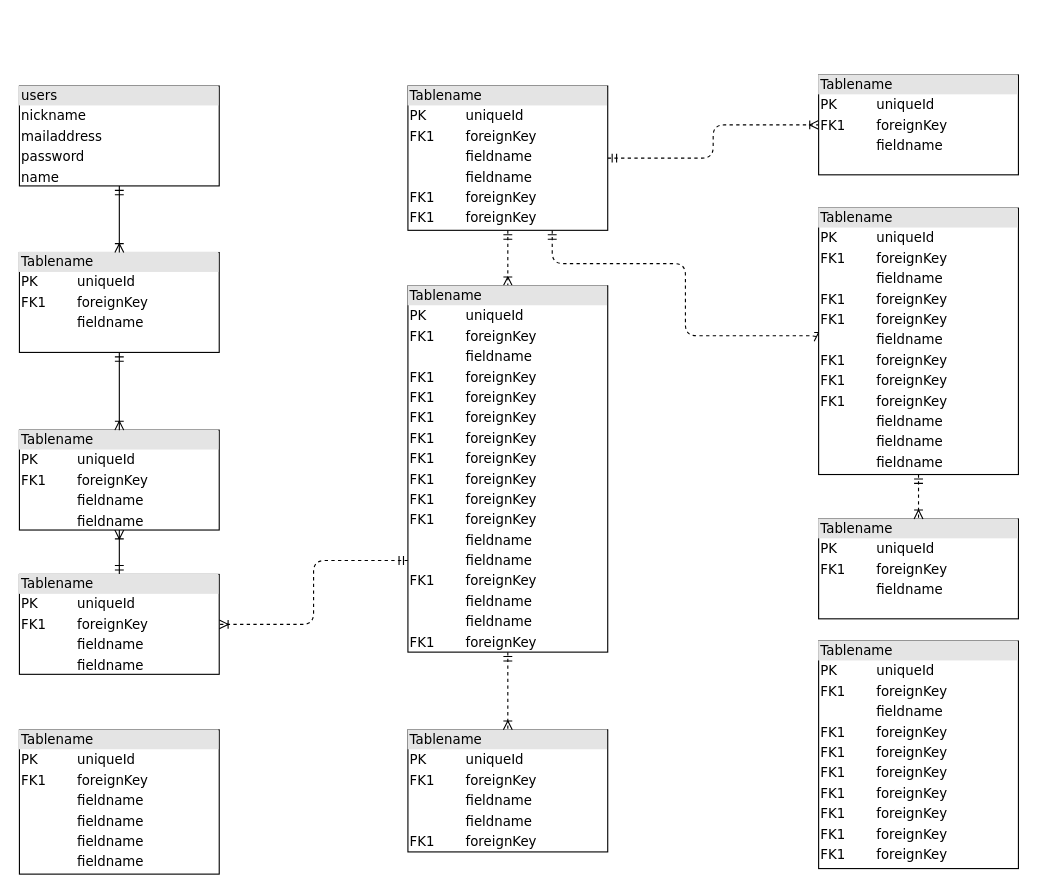
Above: Untitled Diagram.drawio in eri2525/furima-29134 (draw.io), before the change. Source tidied: cells renumbered, new cells numbered last; positions are measured from the earlier drawing's top-left corner, leaving out a move shared by most shapes. Both pictures are drawn from the tidied source at 111%, with x=0, y=0 at pixel (19, 74).
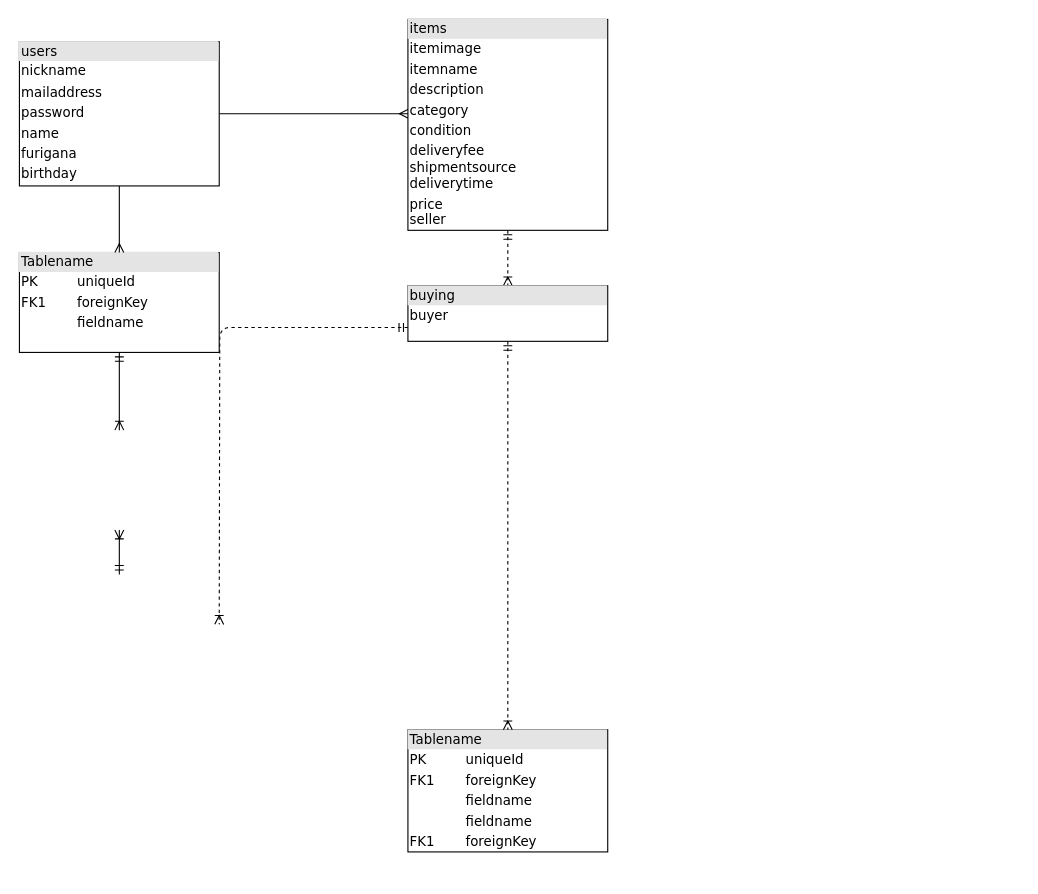
The same diagram, later.

Unchanged cells that the change refers to:
```xml
<mxCell id="12" value="&lt;div style=&quot;box-sizing:border-box;width:100%;background:#e4e4e4;padding:2px;&quot;&gt;Tablename&lt;/div&gt;&lt;table style=&quot;width:100%;font-size:1em;&quot; cellpadding=&quot;2&quot; cellspacing=&quot;0&quot;&gt;&lt;tr&gt;&lt;td&gt;PK&lt;/td&gt;&lt;td&gt;uniqueId&lt;/td&gt;&lt;/tr&gt;&lt;tr&gt;&lt;td&gt;FK1&lt;/td&gt;&lt;td&gt;foreignKey&lt;/td&gt;&lt;/tr&gt;&lt;tr&gt;&lt;td&gt;&lt;/td&gt;&lt;td&gt;fieldname&lt;/td&gt;&lt;/tr&gt;&lt;/table&gt;" style="verticalAlign=top;align=left;overflow=fill;html=1;rounded=0;shadow=0;comic=0;labelBackgroundColor=none;strokeWidth=1;fontFamily=Verdana;fontSize=12;" parent="1" vertex="1">
  <mxGeometry y="160" width="180" height="90" as="geometry" />
</mxCell>
```

Change to the diagram source:
```diff
@@
+    <mxCell id="23" style="edgeStyle=orthogonalEdgeStyle;rounded=0;jettySize=auto;html=1;exitX=1;exitY=0.5;exitDx=0;exitDy=0;entryX=0.002;entryY=0.447;entryDx=0;entryDy=0;entryPerimeter=0;endArrow=ERmany;endFill=0;" parent="1" edge="1" source="2" target="6">
+      <mxGeometry relative="1" as="geometry" />
+    </mxCell>
-    <mxCell id="2" value="&lt;div style=&quot;box-sizing: border-box ; width: 100% ; background: #e4e4e4 ; padding: 2px&quot;&gt;users&lt;/div&gt;&lt;table style=&quot;width: 100% ; font-size: 1em&quot; cellpadding=&quot;2&quot; cellspacing=&quot;0&quot;&gt;&lt;tbody&gt;&lt;tr&gt;&lt;td&gt;nickname&lt;/td&gt;&lt;td&gt;&lt;/td&gt;&lt;/tr&gt;&lt;tr&gt;&lt;td&gt;mailaddress&lt;/td&gt;&lt;td&gt;&lt;/td&gt;&lt;/tr&gt;&lt;tr&gt;&lt;td&gt;password&lt;/td&gt;&lt;td&gt;&lt;/td&gt;&lt;/tr&gt;&lt;tr&gt;&lt;td&gt;name&lt;/td&gt;&lt;td&gt;&lt;br&gt;&lt;/td&gt;&lt;/tr&gt;&lt;tr&gt;&lt;td&gt;&lt;br&gt;&lt;/td&gt;&lt;td&gt;&lt;br&gt;&lt;/td&gt;&lt;/tr&gt;&lt;tr&gt;&lt;td&gt;&lt;br&gt;&lt;/td&gt;&lt;td&gt;&lt;br&gt;&lt;/td&gt;&lt;/tr&gt;&lt;tr&gt;&lt;td&gt;&lt;br&gt;&lt;/td&gt;&lt;td&gt;&lt;br&gt;&lt;/td&gt;&lt;/tr&gt;&lt;/tbody&gt;&lt;/table&gt;" style="verticalAlign=top;align=left;overflow=fill;html=1;rounded=0;shadow=0;comic=0;labelBackgroundColor=none;strokeWidth=1;fontFamily=Verdana;fontSize=12;" parent="1" vertex="1">
-      <mxGeometry y="10" width="180" height="90" as="geometry" />
+    <mxCell id="2" value="&lt;div style=&quot;box-sizing: border-box ; width: 100% ; background: #e4e4e4 ; padding: 2px&quot;&gt;users&lt;/div&gt;&lt;table style=&quot;width: 100% ; font-size: 1em&quot; cellpadding=&quot;2&quot; cellspacing=&quot;0&quot;&gt;&lt;tbody&gt;&lt;tr&gt;&lt;td&gt;nickname&lt;/td&gt;&lt;td&gt;&lt;/td&gt;&lt;/tr&gt;&lt;tr&gt;&lt;td&gt;mailaddress&lt;/td&gt;&lt;td&gt;&lt;/td&gt;&lt;/tr&gt;&lt;tr&gt;&lt;td&gt;password&lt;/td&gt;&lt;td&gt;&lt;/td&gt;&lt;/tr&gt;&lt;tr&gt;&lt;td&gt;name&lt;/td&gt;&lt;td&gt;&lt;br&gt;&lt;/td&gt;&lt;/tr&gt;&lt;tr&gt;&lt;td&gt;furigana&lt;/td&gt;&lt;td&gt;&lt;br&gt;&lt;/td&gt;&lt;/tr&gt;&lt;tr&gt;&lt;td&gt;birthday&lt;/td&gt;&lt;td&gt;&lt;br&gt;&lt;/td&gt;&lt;/tr&gt;&lt;/tbody&gt;&lt;/table&gt;" style="verticalAlign=top;align=left;overflow=fill;html=1;rounded=0;shadow=0;comic=0;labelBackgroundColor=none;strokeWidth=1;fontFamily=Verdana;fontSize=12;" parent="1" vertex="1">
+      <mxGeometry y="-30" width="180" height="130" as="geometry" />
     </mxCell>
@@
-    <mxCell id="4" style="edgeStyle=orthogonalEdgeStyle;html=1;dashed=1;labelBackgroundColor=none;startArrow=ERmandOne;endArrow=ERoneToMany;fontFamily=Verdana;fontSize=12;align=left;entryX=0;entryY=0.5;" parent="1" edge="1" source="6" target="19">
-      <mxGeometry relative="1" as="geometry">
-        <Array as="points">
-          <mxPoint x="480" y="170" />
-          <mxPoint x="600" y="170" />
-          <mxPoint x="600" y="235" />
-        </Array>
-      </mxGeometry>
-    </mxCell>
-    <mxCell id="5" style="edgeStyle=orthogonalEdgeStyle;html=1;dashed=1;labelBackgroundColor=none;startArrow=ERmandOne;endArrow=ERoneToMany;fontFamily=Verdana;fontSize=12;align=left;" parent="1" edge="1" source="6" target="20">
-      <mxGeometry relative="1" as="geometry" />
-    </mxCell>
-    <mxCell id="6" value="&lt;div style=&quot;box-sizing: border-box ; width: 100% ; background: #e4e4e4 ; padding: 2px&quot;&gt;Tablename&lt;/div&gt;&lt;table style=&quot;width: 100% ; font-size: 1em&quot; cellpadding=&quot;2&quot; cellspacing=&quot;0&quot;&gt;&lt;tbody&gt;&lt;tr&gt;&lt;td&gt;PK&lt;/td&gt;&lt;td&gt;uniqueId&lt;/td&gt;&lt;/tr&gt;&lt;tr&gt;&lt;td&gt;FK1&lt;/td&gt;&lt;td&gt;foreignKey&lt;/td&gt;&lt;/tr&gt;&lt;tr&gt;&lt;td&gt;&lt;/td&gt;&lt;td&gt;fieldname&lt;/td&gt;&lt;/tr&gt;&lt;tr&gt;&lt;td&gt;&lt;br&gt;&lt;/td&gt;&lt;td&gt;fieldname&lt;br&gt;&lt;/td&gt;&lt;/tr&gt;&lt;tr&gt;&lt;td&gt;FK1&lt;br&gt;&lt;/td&gt;&lt;td&gt;foreignKey&lt;br&gt;&lt;/td&gt;&lt;/tr&gt;&lt;tr&gt;&lt;td&gt;FK1&lt;br&gt;&lt;/td&gt;&lt;td&gt;foreignKey&lt;br&gt;&lt;/td&gt;&lt;/tr&gt;&lt;/tbody&gt;&lt;/table&gt;" style="verticalAlign=top;align=left;overflow=fill;html=1;rounded=0;shadow=0;comic=0;labelBackgroundColor=none;strokeWidth=1;fontFamily=Verdana;fontSize=12;" parent="1" vertex="1">
-      <mxGeometry x="350" y="10" width="180" height="130" as="geometry" />
+    <mxCell id="6" value="&lt;div style=&quot;box-sizing: border-box ; width: 100% ; background: #e4e4e4 ; padding: 2px&quot;&gt;items&lt;/div&gt;&lt;table style=&quot;width: 100% ; font-size: 1em&quot; cellpadding=&quot;2&quot; cellspacing=&quot;0&quot;&gt;&lt;tbody&gt;&lt;tr&gt;&lt;td&gt;itemimage&lt;/td&gt;&lt;td&gt;&lt;/td&gt;&lt;/tr&gt;&lt;tr&gt;&lt;td&gt;itemname&lt;/td&gt;&lt;td&gt;&lt;/td&gt;&lt;/tr&gt;&lt;tr&gt;&lt;td&gt;description&lt;/td&gt;&lt;td&gt;&lt;/td&gt;&lt;/tr&gt;&lt;tr&gt;&lt;td&gt;category&lt;/td&gt;&lt;td&gt;&lt;br&gt;&lt;/td&gt;&lt;/tr&gt;&lt;tr&gt;&lt;td&gt;condition&lt;/td&gt;&lt;td&gt;&lt;br&gt;&lt;/td&gt;&lt;/tr&gt;&lt;tr&gt;&lt;td&gt;deliveryfee&lt;br&gt;shipmentsource&lt;br&gt;deliverytime&lt;/td&gt;&lt;td&gt;&lt;br&gt;&lt;/td&gt;&lt;/tr&gt;&lt;tr&gt;&lt;td&gt;price&lt;br&gt;seller&lt;/td&gt;&lt;td&gt;&lt;br&gt;&lt;/td&gt;&lt;/tr&gt;&lt;/tbody&gt;&lt;/table&gt;" style="verticalAlign=top;align=left;overflow=fill;html=1;rounded=0;shadow=0;comic=0;labelBackgroundColor=none;strokeWidth=1;fontFamily=Verdana;fontSize=12;" parent="1" vertex="1">
+      <mxGeometry x="350" y="-50" width="180" height="190" as="geometry" />
     </mxCell>
-    <mxCell id="7" style="edgeStyle=orthogonalEdgeStyle;html=1;labelBackgroundColor=none;startArrow=ERmandOne;endArrow=ERoneToMany;fontFamily=Verdana;fontSize=12;align=left;" parent="1" edge="1" source="9" target="10">
-      <mxGeometry relative="1" as="geometry" />
+    <mxCell id="7" style="edgeStyle=orthogonalEdgeStyle;html=1;labelBackgroundColor=none;startArrow=ERmandOne;endArrow=ERoneToMany;fontFamily=Verdana;fontSize=12;align=left;" parent="1" edge="1">
+      <mxGeometry relative="1" as="geometry">
+        <mxPoint x="90" y="450" as="sourcePoint" />
+        <mxPoint x="90" y="410" as="targetPoint" />
+      </mxGeometry>
     </mxCell>
-    <mxCell id="8" style="edgeStyle=orthogonalEdgeStyle;html=1;exitX=0;exitY=0.75;entryX=1;entryY=0.5;dashed=1;labelBackgroundColor=none;startArrow=ERmandOne;endArrow=ERoneToMany;fontFamily=Verdana;fontSize=12;align=left;" parent="1" edge="1" source="16" target="9">
-      <mxGeometry relative="1" as="geometry" />
+    <mxCell id="8" style="edgeStyle=orthogonalEdgeStyle;html=1;exitX=0;exitY=0.75;entryX=1;entryY=0.5;dashed=1;labelBackgroundColor=none;startArrow=ERmandOne;endArrow=ERoneToMany;fontFamily=Verdana;fontSize=12;align=left;" parent="1" edge="1" source="16">
+      <mxGeometry relative="1" as="geometry">
+        <mxPoint x="180" y="495" as="targetPoint" />
+      </mxGeometry>
     </mxCell>
-    <mxCell id="9" value="&lt;div style=&quot;box-sizing: border-box ; width: 100% ; background: #e4e4e4 ; padding: 2px&quot;&gt;Tablename&lt;/div&gt;&lt;table style=&quot;width: 100% ; font-size: 1em&quot; cellpadding=&quot;2&quot; cellspacing=&quot;0&quot;&gt;&lt;tbody&gt;&lt;tr&gt;&lt;td&gt;PK&lt;/td&gt;&lt;td&gt;uniqueId&lt;/td&gt;&lt;/tr&gt;&lt;tr&gt;&lt;td&gt;FK1&lt;/td&gt;&lt;td&gt;foreignKey&lt;/td&gt;&lt;/tr&gt;&lt;tr&gt;&lt;td&gt;&lt;/td&gt;&lt;td&gt;fieldname&lt;/td&gt;&lt;/tr&gt;&lt;tr&gt;&lt;td&gt;&lt;br&gt;&lt;/td&gt;&lt;td&gt;fieldname&lt;br&gt;&lt;/td&gt;&lt;/tr&gt;&lt;/tbody&gt;&lt;/table&gt;" style="verticalAlign=top;align=left;overflow=fill;html=1;rounded=0;shadow=0;comic=0;labelBackgroundColor=none;strokeWidth=1;fontFamily=Verdana;fontSize=12;" parent="1" vertex="1">
-      <mxGeometry y="450" width="180" height="90" as="geometry" />
-    </mxCell>
-    <mxCell id="10" value="&lt;div style=&quot;box-sizing: border-box ; width: 100% ; background: #e4e4e4 ; padding: 2px&quot;&gt;Tablename&lt;/div&gt;&lt;table style=&quot;width: 100% ; font-size: 1em&quot; cellpadding=&quot;2&quot; cellspacing=&quot;0&quot;&gt;&lt;tbody&gt;&lt;tr&gt;&lt;td&gt;PK&lt;/td&gt;&lt;td&gt;uniqueId&lt;/td&gt;&lt;/tr&gt;&lt;tr&gt;&lt;td&gt;FK1&lt;/td&gt;&lt;td&gt;foreignKey&lt;/td&gt;&lt;/tr&gt;&lt;tr&gt;&lt;td&gt;&lt;/td&gt;&lt;td&gt;fieldname&lt;/td&gt;&lt;/tr&gt;&lt;tr&gt;&lt;td&gt;&lt;br&gt;&lt;/td&gt;&lt;td&gt;fieldname&lt;br&gt;&lt;/td&gt;&lt;/tr&gt;&lt;/tbody&gt;&lt;/table&gt;" style="verticalAlign=top;align=left;overflow=fill;html=1;rounded=0;shadow=0;comic=0;labelBackgroundColor=none;strokeWidth=1;fontFamily=Verdana;fontSize=12;" parent="1" vertex="1">
-      <mxGeometry y="320" width="180" height="90" as="geometry" />
-    </mxCell>
-    <mxCell id="11" style="edgeStyle=orthogonalEdgeStyle;html=1;entryX=0.5;entryY=0;labelBackgroundColor=none;startArrow=ERmandOne;endArrow=ERoneToMany;fontFamily=Verdana;fontSize=12;align=left;" parent="1" edge="1" source="12" target="10">
-      <mxGeometry relative="1" as="geometry" />
+    <mxCell id="11" style="edgeStyle=orthogonalEdgeStyle;html=1;entryX=0.5;entryY=0;labelBackgroundColor=none;startArrow=ERmandOne;endArrow=ERoneToMany;fontFamily=Verdana;fontSize=12;align=left;" parent="1" edge="1" source="12">
+      <mxGeometry relative="1" as="geometry">
+        <mxPoint x="90" y="320" as="targetPoint" />
+      </mxGeometry>
     </mxCell>
@@
-    <mxCell id="13" value="&lt;div style=&quot;box-sizing: border-box ; width: 100% ; background: #e4e4e4 ; padding: 2px&quot;&gt;Tablename&lt;/div&gt;&lt;table style=&quot;width: 100% ; font-size: 1em&quot; cellpadding=&quot;2&quot; cellspacing=&quot;0&quot;&gt;&lt;tbody&gt;&lt;tr&gt;&lt;td&gt;PK&lt;/td&gt;&lt;td&gt;uniqueId&lt;/td&gt;&lt;/tr&gt;&lt;tr&gt;&lt;td&gt;FK1&lt;/td&gt;&lt;td&gt;foreignKey&lt;/td&gt;&lt;/tr&gt;&lt;tr&gt;&lt;td&gt;&lt;/td&gt;&lt;td&gt;fieldname&lt;/td&gt;&lt;/tr&gt;&lt;tr&gt;&lt;td&gt;FK1&lt;br&gt;&lt;/td&gt;&lt;td&gt;foreignKey&lt;br&gt;&lt;/td&gt;&lt;/tr&gt;&lt;tr&gt;&lt;td&gt;FK1&lt;br&gt;&lt;/td&gt;&lt;td&gt;foreignKey&lt;br&gt;&lt;/td&gt;&lt;/tr&gt;&lt;tr&gt;&lt;td&gt;FK1&lt;br&gt;&lt;/td&gt;&lt;td&gt;foreignKey&lt;br&gt;&lt;/td&gt;&lt;/tr&gt;&lt;tr&gt;&lt;td&gt;FK1&lt;br&gt;&lt;/td&gt;&lt;td&gt;foreignKey&lt;br&gt;&lt;/td&gt;&lt;/tr&gt;&lt;tr&gt;&lt;td&gt;FK1&lt;br&gt;&lt;/td&gt;&lt;td&gt;foreignKey&lt;br&gt;&lt;/td&gt;&lt;/tr&gt;&lt;tr&gt;&lt;td&gt;FK1&lt;br&gt;&lt;/td&gt;&lt;td&gt;foreignKey&lt;br&gt;&lt;/td&gt;&lt;/tr&gt;&lt;tr&gt;&lt;td&gt;FK1&lt;br&gt;&lt;/td&gt;&lt;td&gt;foreignKey&lt;br&gt;&lt;/td&gt;&lt;/tr&gt;&lt;/tbody&gt;&lt;/table&gt;" style="verticalAlign=top;align=left;overflow=fill;html=1;rounded=0;shadow=0;comic=0;labelBackgroundColor=none;strokeWidth=1;fontFamily=Verdana;fontSize=12;" parent="1" vertex="1">
-      <mxGeometry x="720" y="510" width="180" height="205" as="geometry" />
-    </mxCell>
@@
-    <mxCell id="16" value="&lt;div style=&quot;box-sizing: border-box ; width: 100% ; background: #e4e4e4 ; padding: 2px&quot;&gt;Tablename&lt;/div&gt;&lt;table style=&quot;width: 100% ; font-size: 1em&quot; cellpadding=&quot;2&quot; cellspacing=&quot;0&quot;&gt;&lt;tbody&gt;&lt;tr&gt;&lt;td&gt;PK&lt;/td&gt;&lt;td&gt;uniqueId&lt;/td&gt;&lt;/tr&gt;&lt;tr&gt;&lt;td&gt;FK1&lt;/td&gt;&lt;td&gt;foreignKey&lt;/td&gt;&lt;/tr&gt;&lt;tr&gt;&lt;td&gt;&lt;/td&gt;&lt;td&gt;fieldname&lt;/td&gt;&lt;/tr&gt;&lt;tr&gt;&lt;td&gt;FK1&lt;br&gt;&lt;/td&gt;&lt;td&gt;foreignKey&lt;br&gt;&lt;/td&gt;&lt;/tr&gt;&lt;tr&gt;&lt;td&gt;FK1&lt;br&gt;&lt;/td&gt;&lt;td&gt;foreignKey&lt;br&gt;&lt;/td&gt;&lt;/tr&gt;&lt;tr&gt;&lt;td&gt;FK1&lt;br&gt;&lt;/td&gt;&lt;td&gt;foreignKey&lt;br&gt;&lt;/td&gt;&lt;/tr&gt;&lt;tr&gt;&lt;td&gt;FK1&lt;br&gt;&lt;/td&gt;&lt;td&gt;foreignKey&lt;br&gt;&lt;/td&gt;&lt;/tr&gt;&lt;tr&gt;&lt;td&gt;FK1&lt;br&gt;&lt;/td&gt;&lt;td&gt;foreignKey&lt;br&gt;&lt;/td&gt;&lt;/tr&gt;&lt;tr&gt;&lt;td&gt;FK1&lt;br&gt;&lt;/td&gt;&lt;td&gt;foreignKey&lt;br&gt;&lt;/td&gt;&lt;/tr&gt;&lt;tr&gt;&lt;td&gt;FK1&lt;br&gt;&lt;/td&gt;&lt;td&gt;foreignKey&lt;br&gt;&lt;/td&gt;&lt;/tr&gt;&lt;tr&gt;&lt;td&gt;FK1&lt;br&gt;&lt;/td&gt;&lt;td&gt;foreignKey&lt;br&gt;&lt;/td&gt;&lt;/tr&gt;&lt;tr&gt;&lt;td&gt;&lt;br&gt;&lt;/td&gt;&lt;td&gt;fieldname&lt;br&gt;&lt;/td&gt;&lt;/tr&gt;&lt;tr&gt;&lt;td&gt;&lt;br&gt;&lt;/td&gt;&lt;td&gt;fieldname&lt;br&gt;&lt;/td&gt;&lt;/tr&gt;&lt;tr&gt;&lt;td&gt;FK1&lt;br&gt;&lt;/td&gt;&lt;td&gt;foreignKey&lt;br&gt;&lt;/td&gt;&lt;/tr&gt;&lt;tr&gt;&lt;td&gt;&lt;br&gt;&lt;/td&gt;&lt;td&gt;fieldname&lt;br&gt;&lt;/td&gt;&lt;/tr&gt;&lt;tr&gt;&lt;td&gt;&lt;br&gt;&lt;/td&gt;&lt;td&gt;fieldname&lt;br&gt;&lt;/td&gt;&lt;/tr&gt;&lt;tr&gt;&lt;td&gt;FK1&lt;br&gt;&lt;/td&gt;&lt;td&gt;foreignKey&lt;br&gt;&lt;/td&gt;&lt;/tr&gt;&lt;/tbody&gt;&lt;/table&gt;" style="verticalAlign=top;align=left;overflow=fill;html=1;rounded=0;shadow=0;comic=0;labelBackgroundColor=none;strokeWidth=1;fontFamily=Verdana;fontSize=12;" parent="1" vertex="1">
-      <mxGeometry x="350" y="190" width="180" height="330" as="geometry" />
+    <mxCell id="16" value="&lt;div style=&quot;box-sizing: border-box ; width: 100% ; background: #e4e4e4 ; padding: 2px&quot;&gt;buying&lt;/div&gt;&lt;table style=&quot;width: 100% ; font-size: 1em&quot; cellpadding=&quot;2&quot; cellspacing=&quot;0&quot;&gt;&lt;tbody&gt;&lt;tr&gt;&lt;td&gt;buyer&lt;/td&gt;&lt;td&gt;&lt;/td&gt;&lt;/tr&gt;&lt;/tbody&gt;&lt;/table&gt;" style="verticalAlign=top;align=left;overflow=fill;html=1;rounded=0;shadow=0;comic=0;labelBackgroundColor=none;strokeWidth=1;fontFamily=Verdana;fontSize=12;" parent="1" vertex="1">
+      <mxGeometry x="350" y="190" width="180" height="50" as="geometry" />
     </mxCell>
-    <mxCell id="17" value="&lt;div style=&quot;box-sizing:border-box;width:100%;background:#e4e4e4;padding:2px;&quot;&gt;Tablename&lt;/div&gt;&lt;table style=&quot;width:100%;font-size:1em;&quot; cellpadding=&quot;2&quot; cellspacing=&quot;0&quot;&gt;&lt;tr&gt;&lt;td&gt;PK&lt;/td&gt;&lt;td&gt;uniqueId&lt;/td&gt;&lt;/tr&gt;&lt;tr&gt;&lt;td&gt;FK1&lt;/td&gt;&lt;td&gt;foreignKey&lt;/td&gt;&lt;/tr&gt;&lt;tr&gt;&lt;td&gt;&lt;/td&gt;&lt;td&gt;fieldname&lt;/td&gt;&lt;/tr&gt;&lt;/table&gt;" style="verticalAlign=top;align=left;overflow=fill;html=1;rounded=0;shadow=0;comic=0;labelBackgroundColor=none;strokeWidth=1;fontFamily=Verdana;fontSize=12;" parent="1" vertex="1">
-      <mxGeometry x="720" y="400" width="180" height="90" as="geometry" />
-    </mxCell>
-    <mxCell id="18" style="edgeStyle=orthogonalEdgeStyle;html=1;entryX=0.5;entryY=0;dashed=1;labelBackgroundColor=none;startArrow=ERmandOne;endArrow=ERoneToMany;fontFamily=Verdana;fontSize=12;align=left;" parent="1" edge="1" source="19" target="17">
-      <mxGeometry relative="1" as="geometry" />
-    </mxCell>
-    <mxCell id="19" value="&lt;div style=&quot;box-sizing: border-box ; width: 100% ; background: #e4e4e4 ; padding: 2px&quot;&gt;Tablename&lt;/div&gt;&lt;table style=&quot;width: 100% ; font-size: 1em&quot; cellpadding=&quot;2&quot; cellspacing=&quot;0&quot;&gt;&lt;tbody&gt;&lt;tr&gt;&lt;td&gt;PK&lt;/td&gt;&lt;td&gt;uniqueId&lt;/td&gt;&lt;/tr&gt;&lt;tr&gt;&lt;td&gt;FK1&lt;/td&gt;&lt;td&gt;foreignKey&lt;/td&gt;&lt;/tr&gt;&lt;tr&gt;&lt;td&gt;&lt;/td&gt;&lt;td&gt;fieldname&lt;/td&gt;&lt;/tr&gt;&lt;tr&gt;&lt;td&gt;FK1&lt;br&gt;&lt;/td&gt;&lt;td&gt;foreignKey&lt;br&gt;&lt;/td&gt;&lt;/tr&gt;&lt;tr&gt;&lt;td&gt;FK1&lt;br&gt;&lt;/td&gt;&lt;td&gt;foreignKey&lt;br&gt;&lt;/td&gt;&lt;/tr&gt;&lt;tr&gt;&lt;td&gt;&lt;br&gt;&lt;/td&gt;&lt;td&gt;fieldname&lt;br&gt;&lt;/td&gt;&lt;/tr&gt;&lt;tr&gt;&lt;td&gt;FK1&lt;br&gt;&lt;/td&gt;&lt;td&gt;foreignKey&lt;br&gt;&lt;/td&gt;&lt;/tr&gt;&lt;tr&gt;&lt;td&gt;FK1&lt;br&gt;&lt;/td&gt;&lt;td&gt;foreignKey&lt;br&gt;&lt;/td&gt;&lt;/tr&gt;&lt;tr&gt;&lt;td&gt;FK1&lt;br&gt;&lt;/td&gt;&lt;td&gt;foreignKey&lt;br&gt;&lt;/td&gt;&lt;/tr&gt;&lt;tr&gt;&lt;td&gt;&lt;br&gt;&lt;/td&gt;&lt;td&gt;fieldname&lt;br&gt;&lt;/td&gt;&lt;/tr&gt;&lt;tr&gt;&lt;td&gt;&lt;br&gt;&lt;/td&gt;&lt;td&gt;fieldname&lt;br&gt;&lt;/td&gt;&lt;/tr&gt;&lt;tr&gt;&lt;td&gt;&lt;br&gt;&lt;/td&gt;&lt;td&gt;fieldname&lt;br&gt;&lt;/td&gt;&lt;/tr&gt;&lt;/tbody&gt;&lt;/table&gt;" style="verticalAlign=top;align=left;overflow=fill;html=1;rounded=0;shadow=0;comic=0;labelBackgroundColor=none;strokeWidth=1;fontFamily=Verdana;fontSize=12;" parent="1" vertex="1">
-      <mxGeometry x="720" y="120" width="180" height="240" as="geometry" />
-    </mxCell>
-    <mxCell id="20" value="&lt;div style=&quot;box-sizing:border-box;width:100%;background:#e4e4e4;padding:2px;&quot;&gt;Tablename&lt;/div&gt;&lt;table style=&quot;width:100%;font-size:1em;&quot; cellpadding=&quot;2&quot; cellspacing=&quot;0&quot;&gt;&lt;tr&gt;&lt;td&gt;PK&lt;/td&gt;&lt;td&gt;uniqueId&lt;/td&gt;&lt;/tr&gt;&lt;tr&gt;&lt;td&gt;FK1&lt;/td&gt;&lt;td&gt;foreignKey&lt;/td&gt;&lt;/tr&gt;&lt;tr&gt;&lt;td&gt;&lt;/td&gt;&lt;td&gt;fieldname&lt;/td&gt;&lt;/tr&gt;&lt;/table&gt;" style="verticalAlign=top;align=left;overflow=fill;html=1;rounded=0;shadow=0;comic=0;labelBackgroundColor=none;strokeWidth=1;fontFamily=Verdana;fontSize=12;" parent="1" vertex="1">
-      <mxGeometry x="720" width="180" height="90" as="geometry" />
-    </mxCell>
-    <mxCell id="21" value="&lt;div style=&quot;box-sizing: border-box ; width: 100% ; background: #e4e4e4 ; padding: 2px&quot;&gt;Tablename&lt;/div&gt;&lt;table style=&quot;width: 100% ; font-size: 1em&quot; cellpadding=&quot;2&quot; cellspacing=&quot;0&quot;&gt;&lt;tbody&gt;&lt;tr&gt;&lt;td&gt;PK&lt;/td&gt;&lt;td&gt;uniqueId&lt;/td&gt;&lt;/tr&gt;&lt;tr&gt;&lt;td&gt;FK1&lt;/td&gt;&lt;td&gt;foreignKey&lt;/td&gt;&lt;/tr&gt;&lt;tr&gt;&lt;td&gt;&lt;/td&gt;&lt;td&gt;fieldname&lt;/td&gt;&lt;/tr&gt;&lt;tr&gt;&lt;td&gt;&lt;br&gt;&lt;/td&gt;&lt;td&gt;fieldname&lt;br&gt;&lt;/td&gt;&lt;/tr&gt;&lt;tr&gt;&lt;td&gt;&lt;br&gt;&lt;/td&gt;&lt;td&gt;fieldname&lt;br&gt;&lt;/td&gt;&lt;/tr&gt;&lt;tr&gt;&lt;td&gt;&lt;br&gt;&lt;/td&gt;&lt;td&gt;fieldname&lt;br&gt;&lt;/td&gt;&lt;/tr&gt;&lt;/tbody&gt;&lt;/table&gt;" style="verticalAlign=top;align=left;overflow=fill;html=1;rounded=0;shadow=0;comic=0;labelBackgroundColor=none;strokeWidth=1;fontFamily=Verdana;fontSize=12;" parent="1" vertex="1">
-      <mxGeometry y="590" width="180" height="130" as="geometry" />
-    </mxCell>
-    <mxCell id="22" style="edgeStyle=orthogonalEdgeStyle;html=1;endArrow=ERoneToMany;startArrow=ERmandOne;labelBackgroundColor=none;fontFamily=Verdana;fontSize=12;align=left;exitX=0.5;exitY=1;entryX=0.5;entryY=0;" parent="1" edge="1" source="2" target="12">
+    <mxCell id="22" style="edgeStyle=orthogonalEdgeStyle;html=1;endArrow=ERmany;startArrow=none;labelBackgroundColor=none;fontFamily=Verdana;fontSize=12;align=left;exitX=0.5;exitY=1;entryX=0.5;entryY=0;endFill=0;startFill=0;" parent="1" edge="1" source="2" target="12">
       <mxGeometry relative="1" as="geometry" />
     </mxCell>
```
